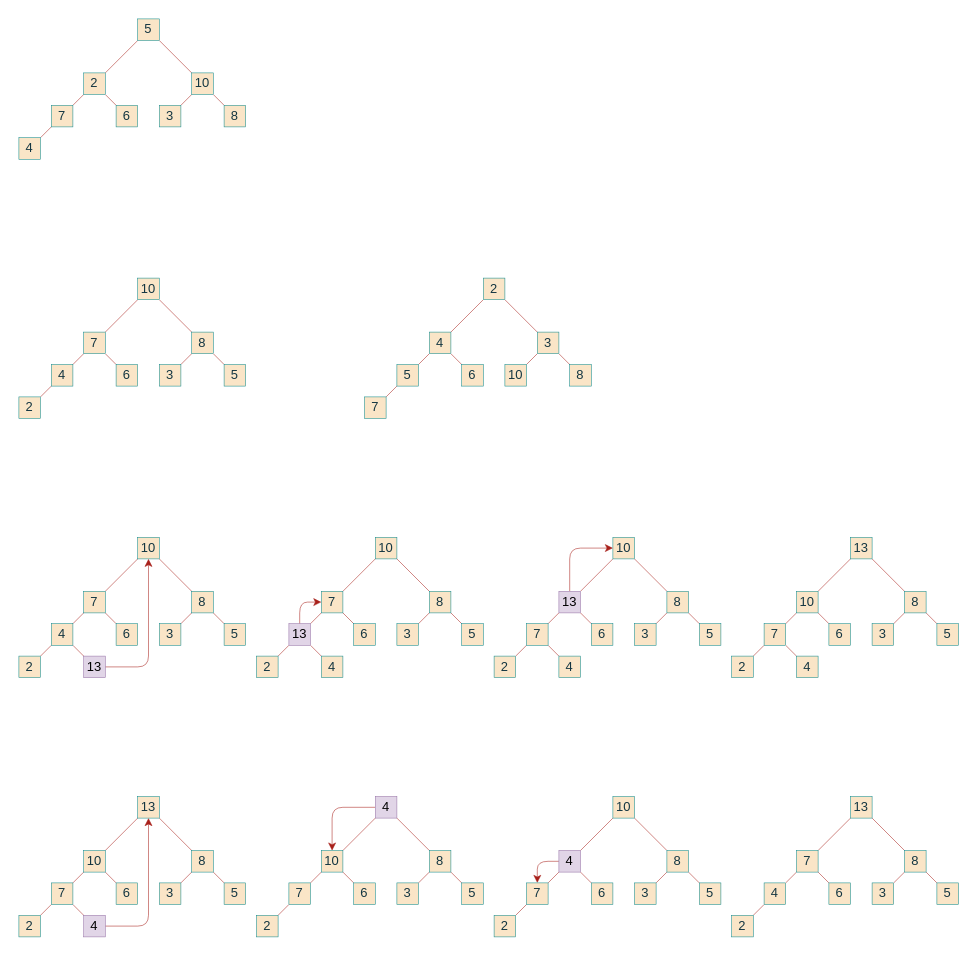
Above: page "堆" (2 of 2) of drawio/algorithm.drawio in eocoo/eocoo.github.io (draw.io), before the change. Source tidied: cells renumbered, new cells numbered last; positions are measured from the earlier drawing's top-left corner, leaving out a move shared by most shapes. Both pictures are drawn from the tidied source at 108%, with x=0, y=0 at pixel (18, 18).
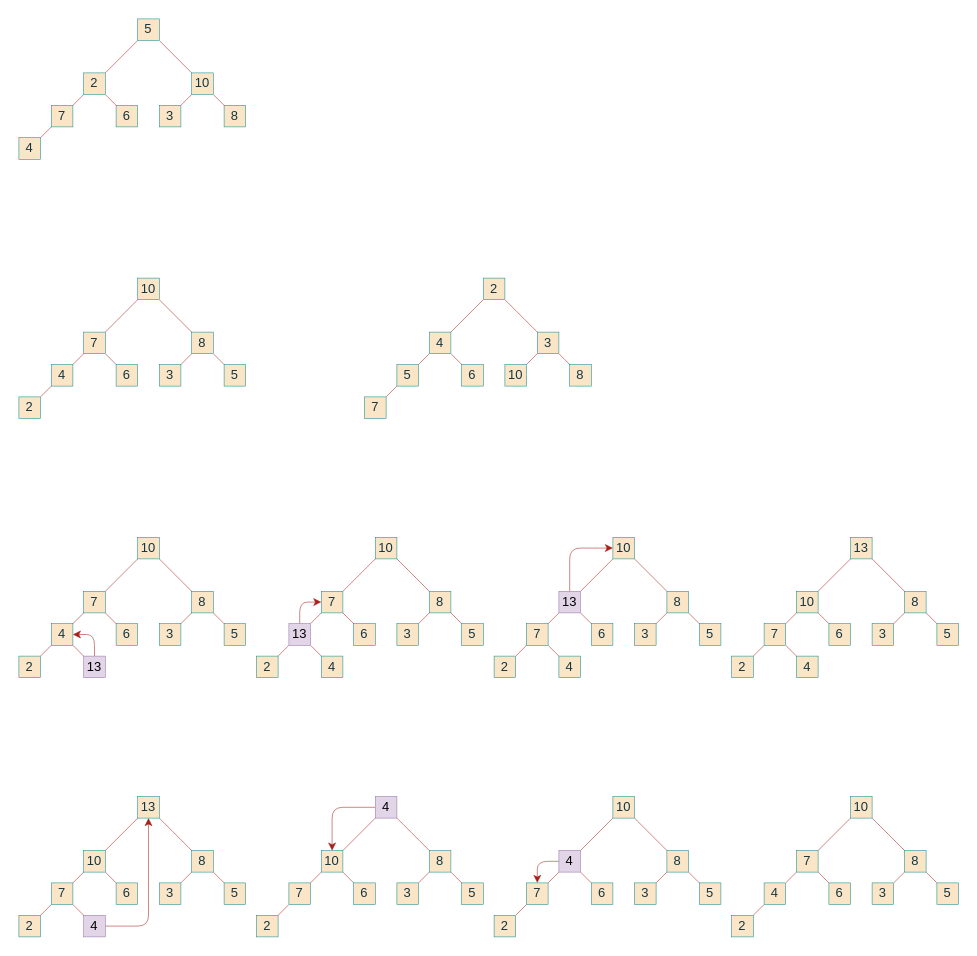
The same diagram, later.

Unchanged cells that the change refers to:
```xml
<mxCell id="49" value="10" style="rounded=0;whiteSpace=wrap;html=1;strokeColor=#0F8B8D;fontColor=#143642;fillColor=#FAE5C7;strokeWidth=0.5;" parent="1" vertex="1">
  <mxGeometry x="110" y="480" width="20" height="20" as="geometry" />
</mxCell>
<mxCell id="60" value="4" style="rounded=0;whiteSpace=wrap;html=1;strokeColor=#0F8B8D;fontColor=#143642;fillColor=#FAE5C7;strokeWidth=0.5;" parent="1" vertex="1">
  <mxGeometry x="30" y="560" width="20" height="20" as="geometry" />
</mxCell>
<mxCell id="177" value="13" style="rounded=0;whiteSpace=wrap;html=1;strokeColor=#9673a6;fillColor=#e1d5e7;strokeWidth=0.5;" parent="1" vertex="1">
  <mxGeometry x="60" y="590" width="20" height="20" as="geometry" />
</mxCell>
```

Change to the diagram source:
```diff
@@
-    <mxCell id="163" value="13" style="rounded=0;whiteSpace=wrap;html=1;strokeColor=#0F8B8D;fontColor=#143642;fillColor=#FAE5C7;strokeWidth=0.5;" parent="1" vertex="1">
+    <mxCell id="163" value="10" style="rounded=0;whiteSpace=wrap;html=1;strokeColor=#0F8B8D;fontColor=#143642;fillColor=#FAE5C7;strokeWidth=0.5;" parent="1" vertex="1">
       <mxGeometry x="770" y="720" width="20" height="20" as="geometry" />
     </mxCell>
@@
-    <mxCell id="176" style="edgeStyle=none;shape=connector;rounded=1;jettySize=auto;html=1;exitX=1;exitY=0.5;exitDx=0;exitDy=0;entryX=0.5;entryY=1;entryDx=0;entryDy=0;labelBackgroundColor=default;strokeColor=#A8201A;strokeWidth=0.5;fontFamily=Helvetica;fontSize=11;fontColor=#143642;endArrow=classic;endFill=1;fillColor=#FAE5C7;" parent="1" edge="1" source="177" target="49">
-      <mxGeometry relative="1" as="geometry">
-        <Array as="points">
-          <mxPoint x="120" y="600" />
-        </Array>
-      </mxGeometry>
-    </mxCell>
+    <mxCell id="183" style="edgeStyle=none;shape=connector;rounded=1;jettySize=auto;html=1;exitX=0.5;exitY=0;exitDx=0;exitDy=0;entryX=1;entryY=0.5;entryDx=0;entryDy=0;labelBackgroundColor=default;strokeColor=#A8201A;strokeWidth=0.5;fontFamily=Helvetica;fontSize=11;fontColor=#143642;endArrow=classic;endFill=1;fillColor=#FAE5C7;" parent="1" edge="1" source="177" target="60">
+      <mxGeometry relative="1" as="geometry">
+        <Array as="points">
+          <mxPoint x="70" y="570" />
+        </Array>
+      </mxGeometry>
+    </mxCell>
```
